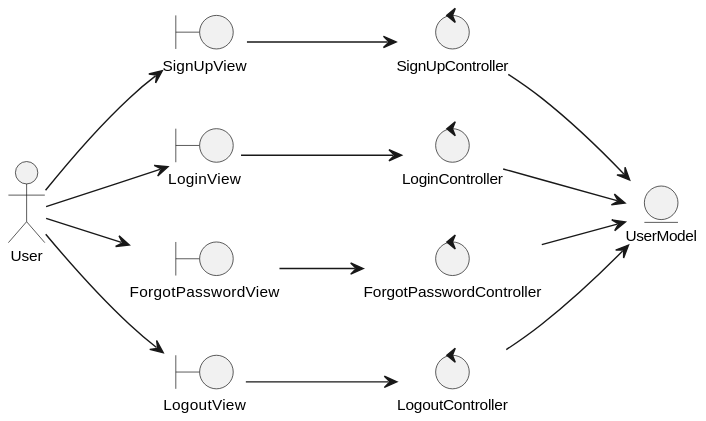
Earlier version of the PlantUML export Análisis/Clases de Análisis/diagramas/analysisClassDiagramAuthentication.svg (valeraruggierotesisucv/tesis-frameworks-mobile-diagrams). Its diagram source:
```plantuml
@startuml
skinparam style strictuml
left to right direction
skinparam defaultTextAlignment center
skinparam defaultFontSize 11


actor "User" as user

entity "UserModel" as userModel

boundary "SignUpView" as signUpView
boundary "LoginView" as loginView
boundary "ForgotPasswordView" as forgotPasswordView
boundary "LogoutView" as logoutView

control "SignUpController" as signUpController
control "LoginController" as loginController
control "ForgotPasswordController" as forgotPasswordController
control "LogoutController" as logoutController

user --> signUpView
user --> loginView
user --> forgotPasswordView
user --> logoutView

signUpView --> signUpController
loginView --> loginController
forgotPasswordView --> forgotPasswordController
logoutView --> logoutController

signUpController --> userModel
loginController --> userModel
forgotPasswordController --> userModel
logoutController --> userModel
@enduml
```
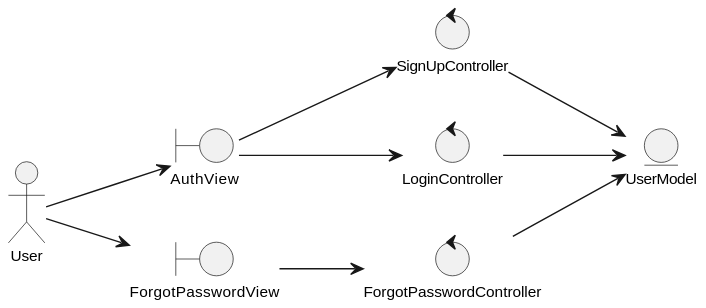
After the change.

Commit message:
Refactor authentication and event management diagrams: rename views and controllers, update user interactions, and enhance class structure. Added new boundaries and controllers for improved user flow.

The edit, as a diff of the source:
```diff
@@ -9,28 +9,22 @@
 
 entity "UserModel" as userModel
 
-boundary "SignUpView" as signUpView
-boundary "LoginView" as loginView
+boundary "AuthView" as authView
 boundary "ForgotPasswordView" as forgotPasswordView
-boundary "LogoutView" as logoutView
 
 control "SignUpController" as signUpController
 control "LoginController" as loginController
 control "ForgotPasswordController" as forgotPasswordController
-control "LogoutController" as logoutController
 
-user --> signUpView
-user --> loginView
+user --> authView
 user --> forgotPasswordView
-user --> logoutView
 
-signUpView --> signUpController
-loginView --> loginController
+
+authView --> signUpController
+authView --> loginController
 forgotPasswordView --> forgotPasswordController
-logoutView --> logoutController
 
 signUpController --> userModel
 loginController --> userModel
 forgotPasswordController --> userModel
-logoutController --> userModel
 @enduml
```
